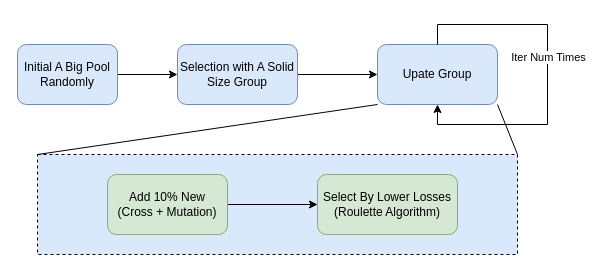
Before: RawPapers/Untitled Diagram.drawio in pipipiapia/playing, a draw.io diagram. Source tidied: cells renumbered, new cells numbered last; positions are measured from the earlier drawing's top-left corner, leaving out a move shared by most shapes. Both pictures are drawn from the tidied source at 100%, with x=0, y=0 at pixel (17, 24).
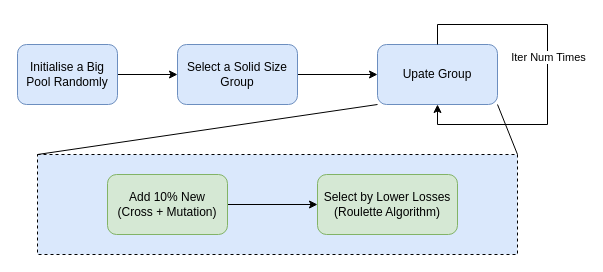
The same diagram, later.

Diff of the diagram source:
```diff
@@
 <mxGraphModel>
   <root>
     <mxCell id="0" />
     <mxCell id="1" parent="0" />
     <mxCell id="2" style="edgeStyle=orthogonalEdgeStyle;rounded=0;jettySize=auto;html=1;" parent="1" edge="1" source="3" target="5">
       <mxGeometry relative="1" as="geometry" />
     </mxCell>
-    <mxCell id="3" value="Initial A Big Pool Randomly" style="rounded=1;whiteSpace=wrap;html=1;fillColor=#dae8fc;strokeColor=#6c8ebf;" parent="1" vertex="1">
+    <mxCell id="3" value="Initialise a Big Pool Randomly" style="rounded=1;whiteSpace=wrap;html=1;fillColor=#dae8fc;strokeColor=#6c8ebf;" parent="1" vertex="1">
       <mxGeometry y="20" width="100" height="60" as="geometry" />
     </mxCell>
     <mxCell id="4" style="edgeStyle=orthogonalEdgeStyle;rounded=0;jettySize=auto;html=1;" parent="1" edge="1" source="5" target="6">
       <mxGeometry relative="1" as="geometry" />
     </mxCell>
-    <mxCell id="5" value="Selection with A Solid Size Group" style="rounded=1;whiteSpace=wrap;html=1;fillColor=#dae8fc;strokeColor=#6c8ebf;" parent="1" vertex="1">
+    <mxCell id="5" value="Select a Solid Size Group" style="rounded=1;whiteSpace=wrap;html=1;fillColor=#dae8fc;strokeColor=#6c8ebf;" parent="1" vertex="1">
       <mxGeometry x="160" y="20" width="120" height="60" as="geometry" />
     </mxCell>
     <mxCell id="6" value="Upate Group" style="whiteSpace=wrap;html=1;rounded=1;fillColor=#dae8fc;strokeColor=#6c8ebf;" parent="1" vertex="1">
       <mxGeometry x="360" y="20" width="120" height="60" as="geometry" />
     </mxCell>
     <mxCell id="7" style="edgeStyle=orthogonalEdgeStyle;rounded=0;orthogonalLoop=1;jettySize=auto;html=1;exitX=0.5;exitY=0;exitDx=0;exitDy=0;entryX=0.5;entryY=1;entryDx=0;entryDy=0;" parent="1" edge="1" source="6" target="6">
       <mxGeometry relative="1" as="geometry">
         <Array as="points">
           <mxPoint x="420" />
           <mxPoint x="530" />
           <mxPoint x="530" y="100" />
           <mxPoint x="420" y="100" />
         </Array>
       </mxGeometry>
     </mxCell>
     <mxCell id="8" value="Iter Num Times" style="edgeLabel;html=1;align=center;verticalAlign=middle;" parent="7" vertex="1">
       <mxGeometry x="-0.1" relative="1" as="geometry" />
     </mxCell>
     <mxCell id="9" style="rounded=0;whiteSpace=wrap;html=1;fillColor=#dae8fc;strokeColor=default;dashed=1;" parent="1" vertex="1">
       <mxGeometry x="20" y="130" width="480" height="100" as="geometry" />
     </mxCell>
     <mxCell id="10" style="edgeStyle=orthogonalEdgeStyle;rounded=0;jettySize=auto;html=1;" parent="1" edge="1" source="11" target="12">
       <mxGeometry relative="1" as="geometry" />
     </mxCell>
     <mxCell id="11" value="Add 10% New&lt;br&gt;(Cross + Mutation)" style="rounded=1;whiteSpace=wrap;html=1;fillColor=#d5e8d4;strokeColor=#82b366;" parent="1" vertex="1">
       <mxGeometry x="90" y="150" width="120" height="60" as="geometry" />
     </mxCell>
-    <mxCell id="12" value="Select By Lower Losses&lt;br&gt;(Roulette Algorithm)" style="whiteSpace=wrap;html=1;rounded=1;fillColor=#d5e8d4;strokeColor=#82b366;" parent="1" vertex="1">
+    <mxCell id="12" value="Select by Lower Losses&lt;br&gt;(Roulette Algorithm)" style="whiteSpace=wrap;html=1;rounded=1;fillColor=#d5e8d4;strokeColor=#82b366;" parent="1" vertex="1">
       <mxGeometry x="300" y="150" width="140" height="60" as="geometry" />
     </mxCell>
     <mxCell id="13" style="endArrow=none;html=1;rounded=0;exitX=0;exitY=0;exitDx=0;exitDy=0;entryX=0;entryY=1;entryDx=0;entryDy=0;" parent="1" edge="1" source="9" target="6">
       <mxGeometry relative="1" as="geometry" />
     </mxCell>
     <mxCell id="14" style="endArrow=none;html=1;rounded=0;entryX=1;entryY=1;entryDx=0;entryDy=0;exitX=1;exitY=0;exitDx=0;exitDy=0;" parent="1" edge="1" source="9" target="6">
       <mxGeometry relative="1" as="geometry" />
     </mxCell>
   </root>
 </mxGraphModel>
```
